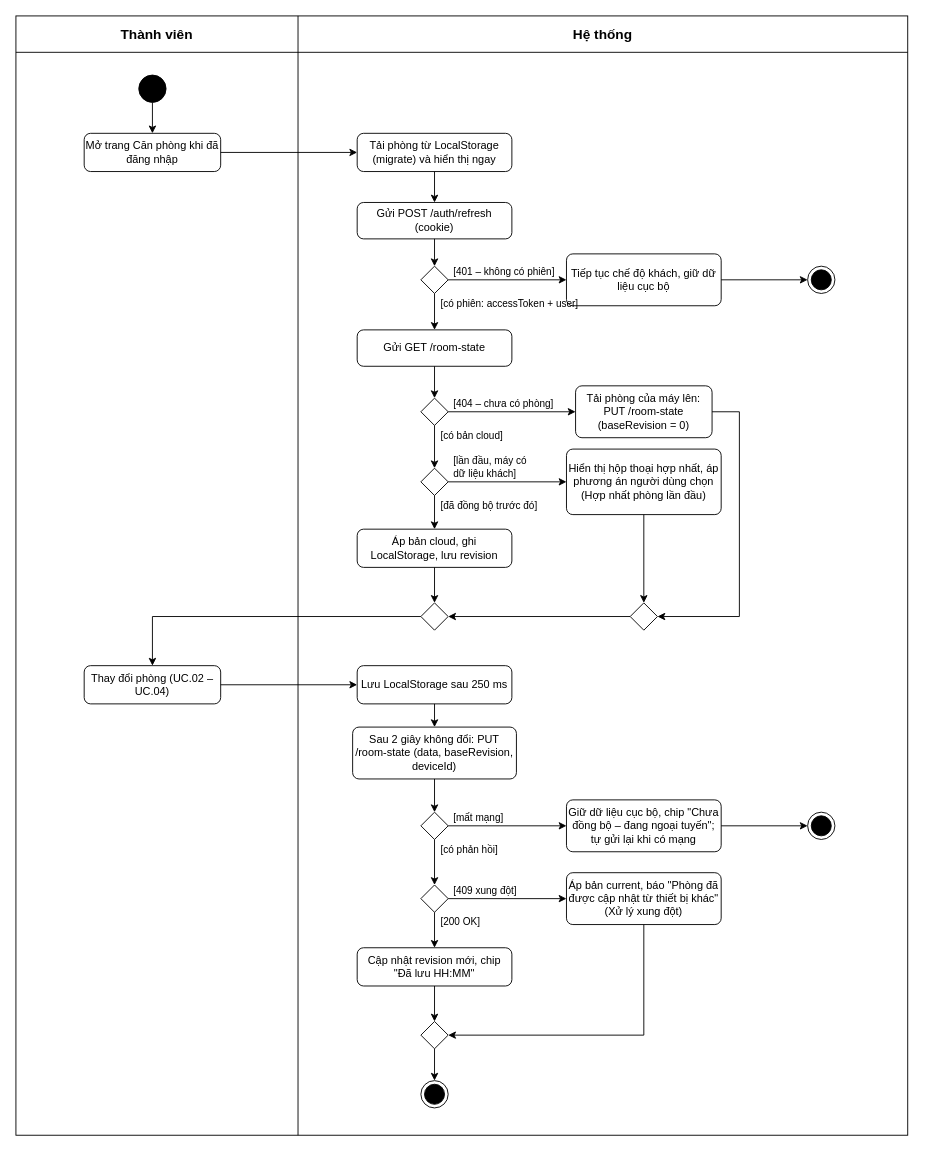
This is page "A9" (10 of 29) of docs/analysis/FocuSpace_Diagrams.drawio from CaoLePhucThinh2203/FocuSpace, a draw.io file, before an edit. Source tidied: cells renumbered, new cells numbered last; positions are measured from the earlier drawing's top-left corner, leaving out a move shared by most shapes. Both pictures are drawn from the tidied source at 91%, with x=0, y=0 at pixel (15, 15).
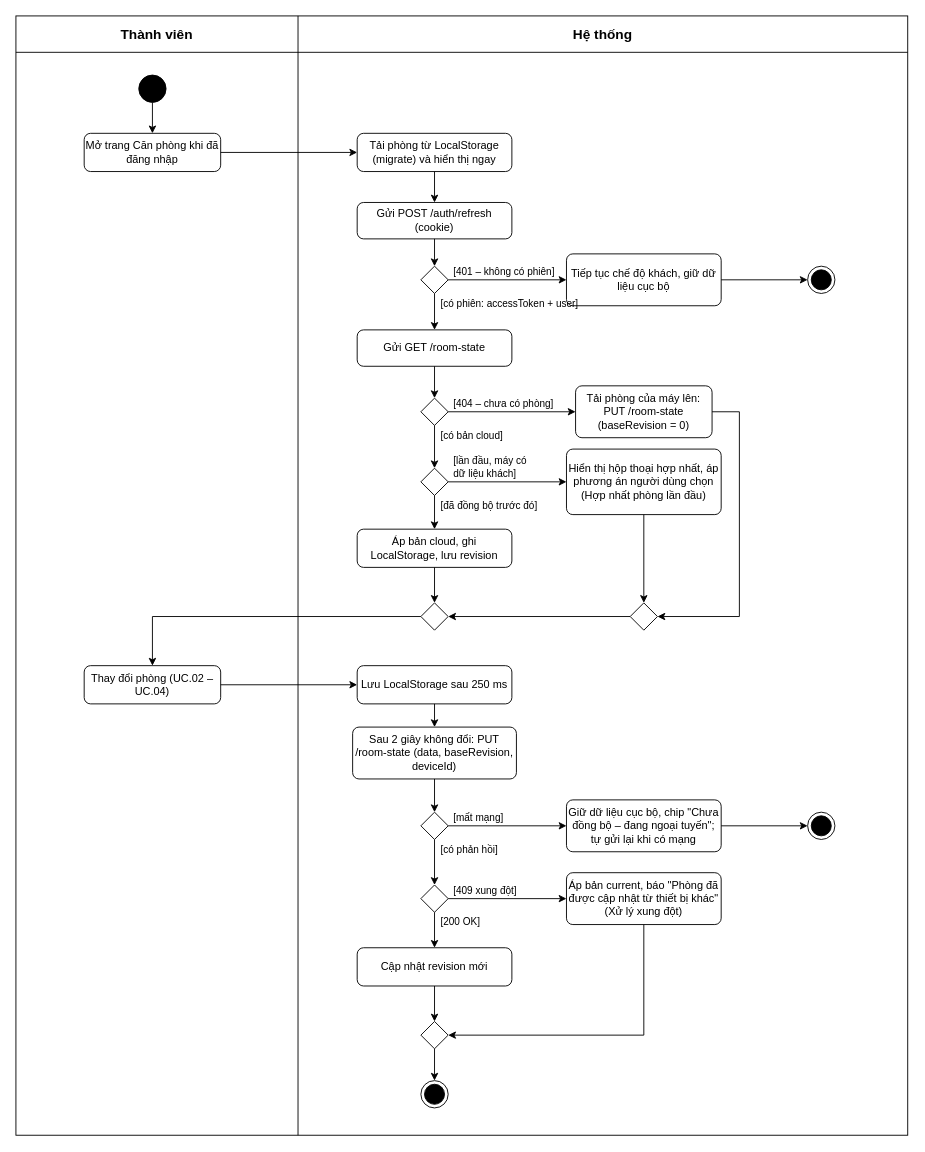
The same page after the edit.

Commit message (it also covers changes not shown here):
docs(analysis): drawio A3, A5, A6, A9, S2, S9, C2 — bỏ chip lưu/chip âm thanh, SO_DO_VAT_TOI_DA = 25, rút gọn chữ tràn ô (UC.02–UC.06, UC.09)

Change to the diagram source:
```diff
@@
-    <mxCell id="22" value="Cập nhật revision mới, chip &quot;Đã lưu HH:MM&quot;" style="html=1;align=center;verticalAlign=middle;rounded=1;absoluteArcSize=1;arcSize=14;dashed=0;whiteSpace=wrap;fontSize=12;" parent="1" vertex="1">
+    <mxCell id="22" value="Cập nhật revision mới" style="html=1;align=center;verticalAlign=middle;rounded=1;absoluteArcSize=1;arcSize=14;dashed=0;whiteSpace=wrap;fontSize=12;" parent="1" vertex="1">
       <mxGeometry x="375" y="1024" width="170" height="42" as="geometry" />
     </mxCell>
```
